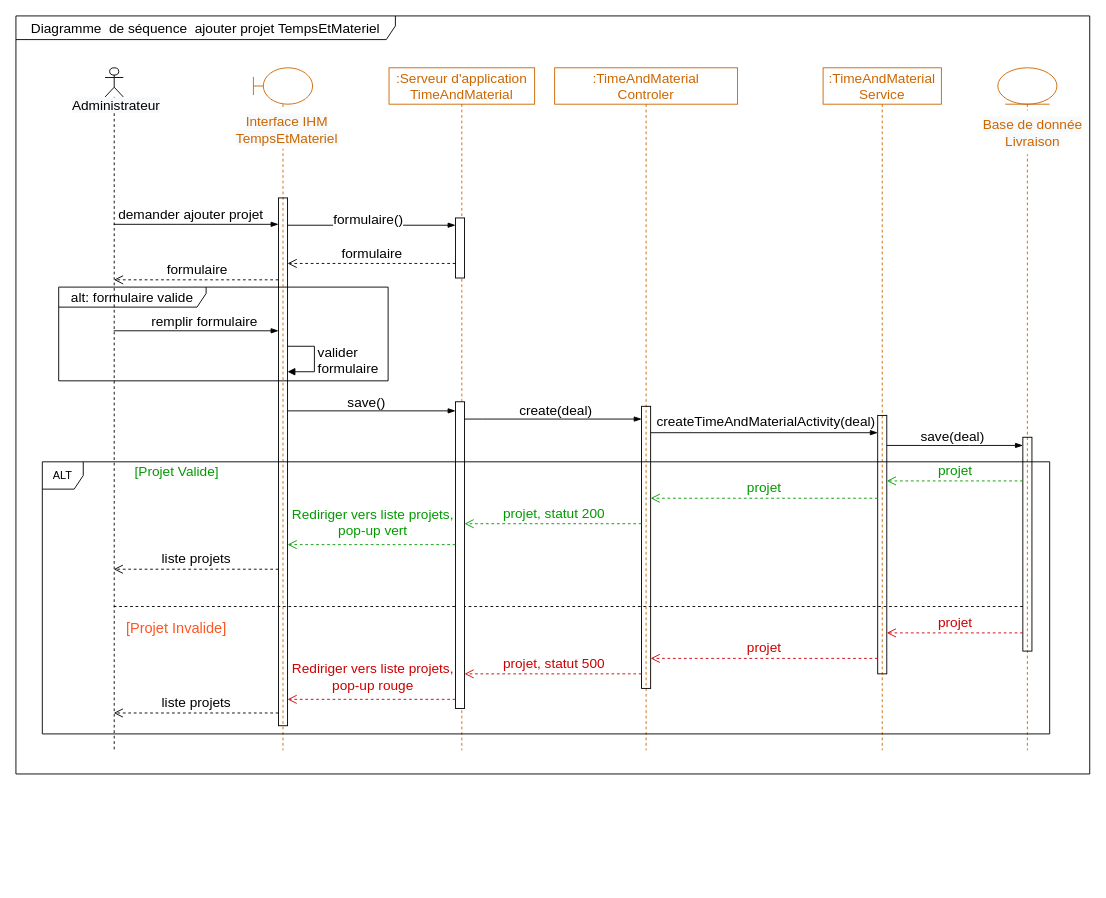
Earlier version of the draw.io diagram Delivery/AddTimeAndMaterialProjectDiagrammeSequence.drawio (ZidiMedAmine/UML). Source tidied: cells renumbered, new cells numbered last; positions are measured from the earlier drawing's top-left corner, leaving out a move shared by most shapes. Both pictures are drawn from the tidied source at 91%, with x=0, y=0 at pixel (15, 15).
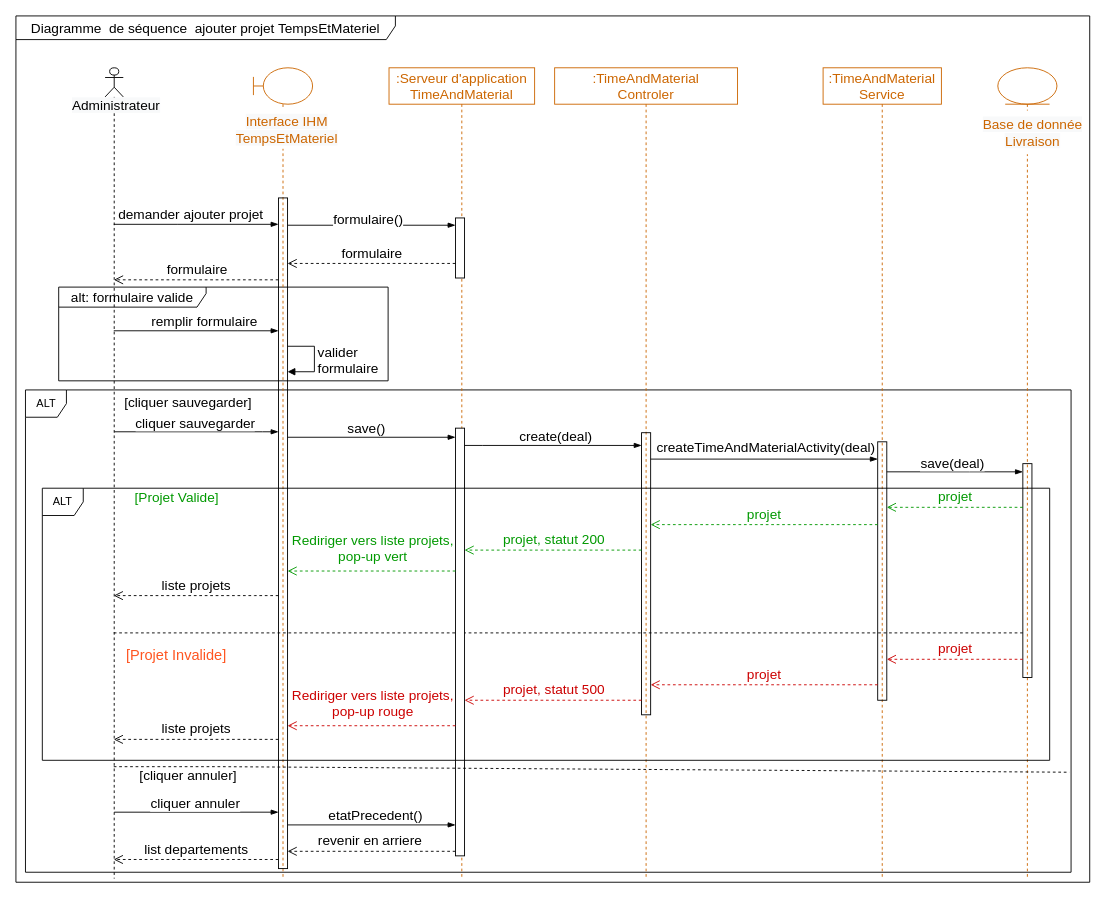
The same diagram, later.

Commit message:
Mettre à jour AddTimeAndMaterialProjectDiagrammeSequence.drawio

The change refers to these unchanged cells:
```xml
<mxCell id="42" style="group;" parent="1" vertex="1">
  <mxGeometry x="10" y="380" width="1126" height="413" as="geometry" />
</mxCell>
```

The edit, as a diff of the source:
```diff
@@
+    <mxCell id="51" value="ALT" style="shape=umlFrame;whiteSpace=wrap;html=1;width=45;height=30;" parent="1" vertex="1">
+      <mxGeometry x="10.5" y="411" width="1149" height="530" as="geometry" />
+    </mxCell>
@@
     <mxCell id="3" value="Diagramme&amp;nbsp; de séquence&amp;nbsp; ajouter projet TempsEtMateriel" style="shape=umlFrame;whiteSpace=wrap;html=1;rounded=0;shadow=0;glass=0;sketch=0;fontSize=15;fillColor=none;width=417;height=26;" parent="1" vertex="1">
-      <mxGeometry width="1180" height="833" as="geometry" />
+      <mxGeometry width="1180" height="952" as="geometry" />
     </mxCell>
     <mxCell id="4" value=":TimeAndMaterial&lt;br&gt;Controler" style="shape=umlLifeline;perimeter=lifelinePerimeter;whiteSpace=wrap;html=1;rounded=0;shadow=0;glass=0;sketch=0;fillColor=none;fontSize=15;fontColor=#CC6600;strokeColor=#CC6600;" parent="1" vertex="1">
-      <mxGeometry x="592" y="57" width="201" height="750" as="geometry" />
+      <mxGeometry x="592" y="57" width="201" height="891" as="geometry" />
     </mxCell>
     <mxCell id="5" style="html=1;points=[];perimeter=orthogonalPerimeter;rounded=0;shadow=0;glass=0;sketch=0;fontSize=15;fillColor=none;" parent="4" vertex="1">
-      <mxGeometry x="95.5" y="372" width="10" height="310" as="geometry" />
+      <mxGeometry x="95.5" y="401" width="10" height="310" as="geometry" />
     </mxCell>
-    <mxCell id="6" style="edgeStyle=none;rounded=0;jettySize=auto;html=1;fontSize=15;fontColor=#000000;strokeColor=#000000;endArrow=none;endFill=0;dashed=1;" parent="1" edge="1" source="7" target="12">
+    <mxCell id="6" style="edgeStyle=none;rounded=0;jettySize=auto;html=1;fontSize=15;fontColor=#000000;strokeColor=#000000;endArrow=none;endFill=0;dashed=1;" parent="1" edge="1" target="12">
       <mxGeometry relative="1" as="geometry">
+        <mxPoint x="107.5" y="678" as="sourcePoint" />
         <Array as="points">
-          <mxPoint x="226" y="649" />
+          <mxPoint x="226" y="678" />
         </Array>
       </mxGeometry>
     </mxCell>
     <mxCell id="7" style="shape=umlLifeline;participant=umlActor;perimeter=lifelinePerimeter;whiteSpace=wrap;html=1;verticalAlign=top;spacingTop=36;outlineConnect=0;fillColor=none;size=32;sketch=0;shadow=0;rounded=0;glass=0;" parent="1" vertex="1">
-      <mxGeometry x="98" y="57" width="20" height="750" as="geometry" />
+      <mxGeometry x="98" y="57" width="20" height="891" as="geometry" />
     </mxCell>
@@
     <mxCell id="9" value=":TimeAndMaterial&lt;br&gt;Service" style="shape=umlLifeline;perimeter=lifelinePerimeter;whiteSpace=wrap;html=1;rounded=0;shadow=0;glass=0;sketch=0;fillColor=none;fontSize=15;fontColor=#CC6600;strokeColor=#CC6600;" parent="1" vertex="1">
-      <mxGeometry x="887" y="57" width="130" height="750" as="geometry" />
+      <mxGeometry x="887" y="57" width="130" height="891" as="geometry" />
     </mxCell>
     <mxCell id="10" style="html=1;points=[];perimeter=orthogonalPerimeter;rounded=0;shadow=0;glass=0;sketch=0;fontSize=15;fillColor=none;" parent="9" vertex="1">
-      <mxGeometry x="60" y="382" width="10" height="284" as="geometry" />
+      <mxGeometry x="60" y="411" width="10" height="284" as="geometry" />
     </mxCell>
     <mxCell id="11" style="shape=umlLifeline;participant=umlEntity;perimeter=lifelinePerimeter;whiteSpace=wrap;html=1;verticalAlign=top;spacingTop=36;rounded=0;shadow=0;glass=0;sketch=0;fontSize=15;fillColor=none;fontColor=#CC6600;strokeColor=#CC6600;" parent="1" vertex="1">
-      <mxGeometry x="1079" y="57" width="65" height="750" as="geometry" />
+      <mxGeometry x="1079" y="57" width="65" height="891" as="geometry" />
     </mxCell>
     <mxCell id="12" style="html=1;points=[];perimeter=orthogonalPerimeter;rounded=0;shadow=0;glass=0;sketch=0;fontSize=15;fillColor=none;" parent="11" vertex="1">
-      <mxGeometry x="27.5" y="406" width="10" height="235" as="geometry" />
+      <mxGeometry x="27.5" y="435" width="10" height="235" as="geometry" />
     </mxCell>
@@
     <mxCell id="14" style="shape=umlLifeline;participant=umlBoundary;perimeter=lifelinePerimeter;whiteSpace=wrap;html=1;verticalAlign=top;spacingTop=36;rounded=0;shadow=0;glass=0;sketch=0;fontSize=15;fillColor=none;fontColor=#CC6600;strokeColor=#CC6600;" parent="1" vertex="1">
-      <mxGeometry x="261" y="57" width="65" height="750" as="geometry" />
+      <mxGeometry x="261" y="57" width="65" height="891" as="geometry" />
     </mxCell>
@@
     <mxCell id="16" style="html=1;points=[];perimeter=orthogonalPerimeter;rounded=0;shadow=0;glass=0;sketch=0;fontSize=15;fillColor=none;" parent="14" vertex="1">
-      <mxGeometry x="27.5" y="143" width="10" height="580" as="geometry" />
+      <mxGeometry x="27.5" y="143" width="10" height="737" as="geometry" />
     </mxCell>
@@
     <mxCell id="20" style="edgeStyle=elbowEdgeStyle;fontSize=12;html=1;endArrow=blockThin;endFill=1;rounded=0;" parent="1" edge="1" source="5" target="10">
       <mxGeometry relative="1" as="geometry">
         <Array as="points">
-          <mxPoint x="766" y="458" />
-          <mxPoint x="741" y="249" />
-          <mxPoint x="590" y="234" />
-          <mxPoint x="515" y="263" />
+          <mxPoint x="766" y="487" />
+          <mxPoint x="741" y="278" />
+          <mxPoint x="590" y="263" />
+          <mxPoint x="515" y="292" />
         </Array>
       </mxGeometry>
     </mxCell>
@@
     <mxCell id="22" style="edgeStyle=elbowEdgeStyle;fontSize=12;html=1;endArrow=blockThin;endFill=1;rounded=0;" parent="1" edge="1" source="10" target="12">
       <mxGeometry relative="1" as="geometry">
         <Array as="points">
-          <mxPoint x="1048" y="472" />
-          <mxPoint x="957" y="483" />
-          <mxPoint x="754" y="259" />
+          <mxPoint x="1048" y="501" />
+          <mxPoint x="957" y="512" />
+          <mxPoint x="754" y="288" />
         </Array>
       </mxGeometry>
     </mxCell>
@@
     <mxCell id="24" value="&lt;font color=&quot;#009900&quot;&gt;projet&lt;/font&gt;" style="html=1;verticalAlign=bottom;endArrow=open;dashed=1;endSize=8;rounded=0;fontSize=15;strokeColor=#009900;" parent="1" edge="1" source="12" target="10">
       <mxGeometry relative="1" as="geometry">
         <Array as="points">
-          <mxPoint x="1013" y="511" />
+          <mxPoint x="1013" y="540" />
         </Array>
       </mxGeometry>
     </mxCell>
     <mxCell id="25" value="&lt;font color=&quot;#009900&quot;&gt;projet&lt;/font&gt;" style="html=1;verticalAlign=bottom;endArrow=open;dashed=1;endSize=8;rounded=0;fontSize=15;strokeColor=#009900;" parent="1" edge="1" source="10" target="5">
       <mxGeometry relative="1" as="geometry">
         <Array as="points">
-          <mxPoint x="883" y="530" />
+          <mxPoint x="883" y="559" />
         </Array>
       </mxGeometry>
     </mxCell>
     <mxCell id="26" value=":Serveur d'application&lt;br&gt;TimeAndMaterial" style="shape=umlLifeline;perimeter=lifelinePerimeter;whiteSpace=wrap;html=1;rounded=0;shadow=0;glass=0;sketch=0;fillColor=none;fontSize=15;fontColor=#CC6600;strokeColor=#CC6600;" parent="1" vertex="1">
-      <mxGeometry x="410" y="57" width="160" height="750" as="geometry" />
+      <mxGeometry x="410" y="57" width="160" height="891" as="geometry" />
     </mxCell>
@@
     <mxCell id="28" style="html=1;points=[];perimeter=orthogonalPerimeter;" parent="26" vertex="1">
-      <mxGeometry x="73" y="367" width="10" height="337" as="geometry" />
+      <mxGeometry x="73" y="396" width="10" height="470" as="geometry" />
     </mxCell>
@@
-    <mxCell id="35" style="fontSize=12;html=1;endArrow=blockThin;endFill=1;rounded=0;" parent="1" edge="1" source="16" target="28">
+    <mxCell id="35" style="fontSize=12;html=1;endArrow=blockThin;endFill=1;rounded=0;" parent="1" edge="1" target="28">
       <mxGeometry relative="1" as="geometry">
+        <mxPoint x="298.5" y="463" as="sourcePoint" />
         <Array as="points">
-          <mxPoint x="377" y="434" />
+          <mxPoint x="377" y="463" />
         </Array>
       </mxGeometry>
     </mxCell>
@@
     <mxCell id="37" style="fontSize=12;html=1;endArrow=blockThin;endFill=1;rounded=0;" parent="1" edge="1" source="28" target="5">
       <mxGeometry relative="1" as="geometry">
         <Array as="points">
-          <mxPoint x="513" y="443" />
+          <mxPoint x="513" y="472" />
         </Array>
       </mxGeometry>
     </mxCell>
@@
     <mxCell id="39" value="&lt;font color=&quot;#009900&quot;&gt;projet, statut 200&lt;/font&gt;" style="html=1;verticalAlign=bottom;endArrow=open;dashed=1;endSize=8;rounded=0;fontSize=15;strokeColor=#009900;" parent="1" edge="1" source="5" target="28">
       <mxGeometry relative="1" as="geometry">
         <Array as="points">
-          <mxPoint x="621" y="558" />
+          <mxPoint x="621" y="587" />
         </Array>
       </mxGeometry>
     </mxCell>
-    <mxCell id="40" value="&lt;font color=&quot;#009900&quot;&gt;Rediriger vers liste projets,&lt;br&gt;pop-up vert&lt;br&gt;&lt;/font&gt;" style="html=1;verticalAlign=bottom;endArrow=open;dashed=1;endSize=8;rounded=0;fontSize=15;strokeColor=#009900;" parent="1" edge="1" source="28" target="16">
+    <mxCell id="40" value="&lt;font color=&quot;#009900&quot;&gt;Rediriger vers liste projets,&lt;br&gt;pop-up vert&lt;br&gt;&lt;/font&gt;" style="html=1;verticalAlign=bottom;endArrow=open;dashed=1;endSize=8;rounded=0;fontSize=15;strokeColor=#009900;" parent="1" edge="1" source="28">
       <mxGeometry x="-0.01" y="-4" relative="1" as="geometry">
+        <mxPoint x="298.5" y="610" as="targetPoint" />
         <Array as="points">
-          <mxPoint x="447" y="581" />
+          <mxPoint x="447" y="610" />
         </Array>
       </mxGeometry>
     </mxCell>
-    <mxCell id="41" value="&lt;font color=&quot;#000000&quot;&gt;liste projets&lt;/font&gt;" style="html=1;verticalAlign=bottom;endArrow=open;dashed=1;endSize=8;rounded=0;fontSize=15;fontColor=#009900;strokeColor=#000000;" parent="1" edge="1" source="16" target="7">
+    <mxCell id="41" value="&lt;font color=&quot;#000000&quot;&gt;liste projets&lt;/font&gt;" style="html=1;verticalAlign=bottom;endArrow=open;dashed=1;endSize=8;rounded=0;fontSize=15;fontColor=#009900;strokeColor=#000000;" parent="1" edge="1">
       <mxGeometry relative="1" as="geometry">
+        <mxPoint x="288.5" y="637" as="sourcePoint" />
+        <mxPoint x="107.5" y="637" as="targetPoint" />
         <Array as="points">
-          <mxPoint x="262" y="608" />
+          <mxPoint x="262" y="637" />
         </Array>
       </mxGeometry>
     </mxCell>
@@
     <mxCell id="43" value="&lt;div style=&quot;text-align: left; font-size: 15px;&quot;&gt;&lt;span style=&quot;background-color: initial; font-size: 15px;&quot;&gt;[Projet&amp;nbsp;&lt;/span&gt;&lt;span style=&quot;background-color: initial; text-align: right; font-size: 15px;&quot;&gt;Valide]&lt;/span&gt;&lt;/div&gt;" style="text;html=1;strokeColor=none;fillColor=none;align=center;verticalAlign=middle;whiteSpace=wrap;rounded=0;fontSize=15;fontColor=#009900;" parent="42" vertex="1">
-      <mxGeometry x="77" y="107.7" width="179.5" height="24.4" as="geometry" />
+      <mxGeometry x="77" y="136.7" width="179.5" height="24.4" as="geometry" />
     </mxCell>
     <mxCell id="44" value="[Projet Invalide]" style="text;html=1;strokeColor=none;fillColor=none;align=center;verticalAlign=middle;whiteSpace=wrap;rounded=0;fontSize=16;fontColor=#FF5521;" parent="42" vertex="1">
-      <mxGeometry x="103.2" y="282" width="127" height="22.6" as="geometry" />
+      <mxGeometry x="103.2" y="311" width="127" height="22.6" as="geometry" />
     </mxCell>
     <mxCell id="45" value="ALT" style="shape=umlFrame;whiteSpace=wrap;html=1;width=45;height=30;" parent="42" vertex="1">
-      <mxGeometry x="19" y="110" width="1107" height="299" as="geometry" />
+      <mxGeometry x="19" y="139" width="1107" height="299" as="geometry" />
     </mxCell>
     <mxCell id="46" value="&lt;font color=&quot;#cc0000&quot;&gt;projet&lt;/font&gt;" style="html=1;verticalAlign=bottom;endArrow=open;dashed=1;endSize=8;rounded=0;fontSize=15;fontColor=#000000;strokeColor=#CC0000;" parent="1" edge="1" source="12" target="10">
       <mxGeometry relative="1" as="geometry">
         <Array as="points">
-          <mxPoint x="1026" y="678" />
+          <mxPoint x="1026" y="707" />
         </Array>
       </mxGeometry>
     </mxCell>
     <mxCell id="47" value="&lt;font color=&quot;#cc0000&quot;&gt;projet&lt;/font&gt;" style="html=1;verticalAlign=bottom;endArrow=open;dashed=1;endSize=8;rounded=0;fontSize=15;fontColor=#000000;strokeColor=#CC0000;" parent="1" edge="1" source="10" target="5">
       <mxGeometry relative="1" as="geometry">
         <Array as="points">
-          <mxPoint x="867" y="706" />
+          <mxPoint x="867" y="735" />
         </Array>
       </mxGeometry>
     </mxCell>
     <mxCell id="48" value="&lt;font color=&quot;#cc0000&quot;&gt;projet, statut 500&lt;/font&gt;" style="html=1;verticalAlign=bottom;endArrow=open;dashed=1;endSize=8;rounded=0;fontSize=15;fontColor=#000000;strokeColor=#CC0000;" parent="1" edge="1" source="5" target="28">
       <mxGeometry relative="1" as="geometry">
         <Array as="points">
-          <mxPoint x="607" y="723" />
+          <mxPoint x="607" y="752" />
         </Array>
       </mxGeometry>
     </mxCell>
-    <mxCell id="49" value="&lt;font color=&quot;#cc0000&quot;&gt;Rediriger vers liste projets,&lt;br&gt;pop-up rouge&lt;/font&gt;" style="html=1;verticalAlign=bottom;endArrow=open;dashed=1;endSize=8;rounded=0;fontSize=15;strokeColor=#CC0000;" parent="1" edge="1" source="28" target="16">
+    <mxCell id="49" value="&lt;font color=&quot;#cc0000&quot;&gt;Rediriger vers liste projets,&lt;br&gt;pop-up rouge&lt;/font&gt;" style="html=1;verticalAlign=bottom;endArrow=open;dashed=1;endSize=8;rounded=0;fontSize=15;strokeColor=#CC0000;" parent="1" edge="1" source="28">
       <mxGeometry x="-0.01" y="-4" relative="1" as="geometry">
+        <mxPoint x="298.5" y="780" as="targetPoint" />
         <Array as="points">
-          <mxPoint x="433" y="751" />
+          <mxPoint x="433" y="780" />
         </Array>
       </mxGeometry>
     </mxCell>
-    <mxCell id="50" value="&lt;font color=&quot;#000000&quot;&gt;liste projets&lt;/font&gt;" style="html=1;verticalAlign=bottom;endArrow=open;dashed=1;endSize=8;rounded=0;fontSize=15;fontColor=#009900;strokeColor=#000000;" parent="1" edge="1" source="16" target="7">
+    <mxCell id="50" value="&lt;font color=&quot;#000000&quot;&gt;liste projets&lt;/font&gt;" style="html=1;verticalAlign=bottom;endArrow=open;dashed=1;endSize=8;rounded=0;fontSize=15;fontColor=#009900;strokeColor=#000000;" parent="1" edge="1">
       <mxGeometry relative="1" as="geometry">
+        <mxPoint x="288.5" y="795" as="sourcePoint" />
+        <mxPoint x="107.5" y="795" as="targetPoint" />
         <Array as="points">
-          <mxPoint x="219" y="766" />
+          <mxPoint x="219" y="795" />
         </Array>
       </mxGeometry>
     </mxCell>
+    <mxCell id="52" value="&lt;div style=&quot;text-align: left;&quot;&gt;&lt;span style=&quot;color: rgb(0, 0, 0); text-align: center; background-color: rgb(255, 255, 255);&quot;&gt;&lt;font style=&quot;font-size: 15px;&quot;&gt;[cliquer sauvegarder]&lt;/font&gt;&lt;/span&gt;&lt;br&gt;&lt;/div&gt;" style="text;html=1;strokeColor=none;fillColor=none;align=center;verticalAlign=bottom;whiteSpace=wrap;rounded=0;fontSize=15;fontColor=#009900;" parent="1" vertex="1">
+      <mxGeometry x="114.9" y="412" width="148.5" height="24.4" as="geometry" />
+    </mxCell>
+    <mxCell id="53" value="&lt;div style=&quot;text-align: left;&quot;&gt;&lt;span style=&quot;color: rgb(0, 0, 0); text-align: center; background-color: rgb(255, 255, 255);&quot;&gt;&lt;font style=&quot;font-size: 15px;&quot;&gt;[cliquer annuler]&lt;/font&gt;&lt;/span&gt;&lt;br&gt;&lt;/div&gt;" style="text;html=1;strokeColor=none;fillColor=none;align=center;verticalAlign=bottom;whiteSpace=wrap;rounded=0;fontSize=15;fontColor=#009900;" parent="1" vertex="1">
+      <mxGeometry x="114.9" y="822" width="148.5" height="24.4" as="geometry" />
+    </mxCell>
+    <mxCell id="54" style="edgeStyle=elbowEdgeStyle;fontSize=12;html=1;endArrow=blockThin;endFill=1;rounded=0;fontColor=#000000;" parent="1" edge="1">
+      <mxGeometry relative="1" as="geometry">
+        <mxPoint x="108" y="457" as="sourcePoint" />
+        <mxPoint x="288.5" y="457" as="targetPoint" />
+        <Array as="points">
+          <mxPoint x="271" y="457" />
+          <mxPoint x="291" y="484" />
+          <mxPoint x="212.8" y="467" />
+        </Array>
+      </mxGeometry>
+    </mxCell>
+    <mxCell id="55" value="cliquer sauvegarder" style="edgeLabel;html=1;align=center;verticalAlign=middle;fontSize=15;fontColor=#000000;" parent="54" vertex="1">
+      <mxGeometry x="-0.02" y="2" relative="1" as="geometry">
+        <mxPoint y="-9" as="offset" />
+      </mxGeometry>
+    </mxCell>
+    <mxCell id="56" style="edgeStyle=none;rounded=0;jettySize=auto;html=1;fontSize=15;fontColor=#000000;strokeColor=#000000;endArrow=none;endFill=0;dashed=1;entryX=0.981;entryY=0.873;entryDx=0;entryDy=0;entryPerimeter=0;" parent="1" edge="1" source="7" target="3">
+      <mxGeometry relative="1" as="geometry">
+        <Array as="points">
+          <mxPoint x="226" y="825" />
+        </Array>
+      </mxGeometry>
+    </mxCell>
+    <mxCell id="57" style="edgeStyle=elbowEdgeStyle;fontSize=12;html=1;endArrow=blockThin;endFill=1;rounded=0;fontColor=#000000;" parent="1" edge="1" target="16">
+      <mxGeometry relative="1" as="geometry">
+        <mxPoint x="108" y="875" as="sourcePoint" />
+        <Array as="points">
+          <mxPoint x="291" y="881" />
+          <mxPoint x="213.5" y="860" />
+        </Array>
+      </mxGeometry>
+    </mxCell>
+    <mxCell id="58" value="cliquer annuler" style="edgeLabel;html=1;align=center;verticalAlign=middle;fontSize=15;fontColor=#000000;" parent="57" vertex="1">
+      <mxGeometry x="-0.02" y="2" relative="1" as="geometry">
+        <mxPoint y="-9" as="offset" />
+      </mxGeometry>
+    </mxCell>
+    <mxCell id="59" style="edgeStyle=elbowEdgeStyle;fontSize=12;html=1;endArrow=blockThin;endFill=1;rounded=0;fontColor=#000000;" parent="1" edge="1" source="16" target="28">
+      <mxGeometry relative="1" as="geometry">
+        <Array as="points">
+          <mxPoint x="444" y="889" />
+          <mxPoint x="365.5" y="843" />
+        </Array>
+      </mxGeometry>
+    </mxCell>
+    <mxCell id="60" value="etatPrecedent()" style="edgeLabel;html=1;align=center;verticalAlign=middle;fontSize=15;fontColor=#000000;" parent="59" vertex="1">
+      <mxGeometry x="-0.29" y="-1" relative="1" as="geometry">
+        <mxPoint x="31" y="-13" as="offset" />
+      </mxGeometry>
+    </mxCell>
+    <mxCell id="61" value="list departements" style="html=1;verticalAlign=bottom;endArrow=open;dashed=1;endSize=8;rounded=0;fontSize=15;fontColor=#000000;" parent="1" edge="1" source="16" target="7">
+      <mxGeometry relative="1" as="geometry">
+        <Array as="points">
+          <mxPoint x="155.8" y="927" />
+        </Array>
+      </mxGeometry>
+    </mxCell>
+    <mxCell id="62" value="revenir en arriere&amp;nbsp;" style="html=1;verticalAlign=bottom;endArrow=open;dashed=1;endSize=8;rounded=0;fontSize=15;fontColor=#000000;" parent="1" edge="1" source="28" target="16">
+      <mxGeometry relative="1" as="geometry">
+        <Array as="points">
+          <mxPoint x="422.5" y="918" />
+        </Array>
+      </mxGeometry>
+    </mxCell>
```
